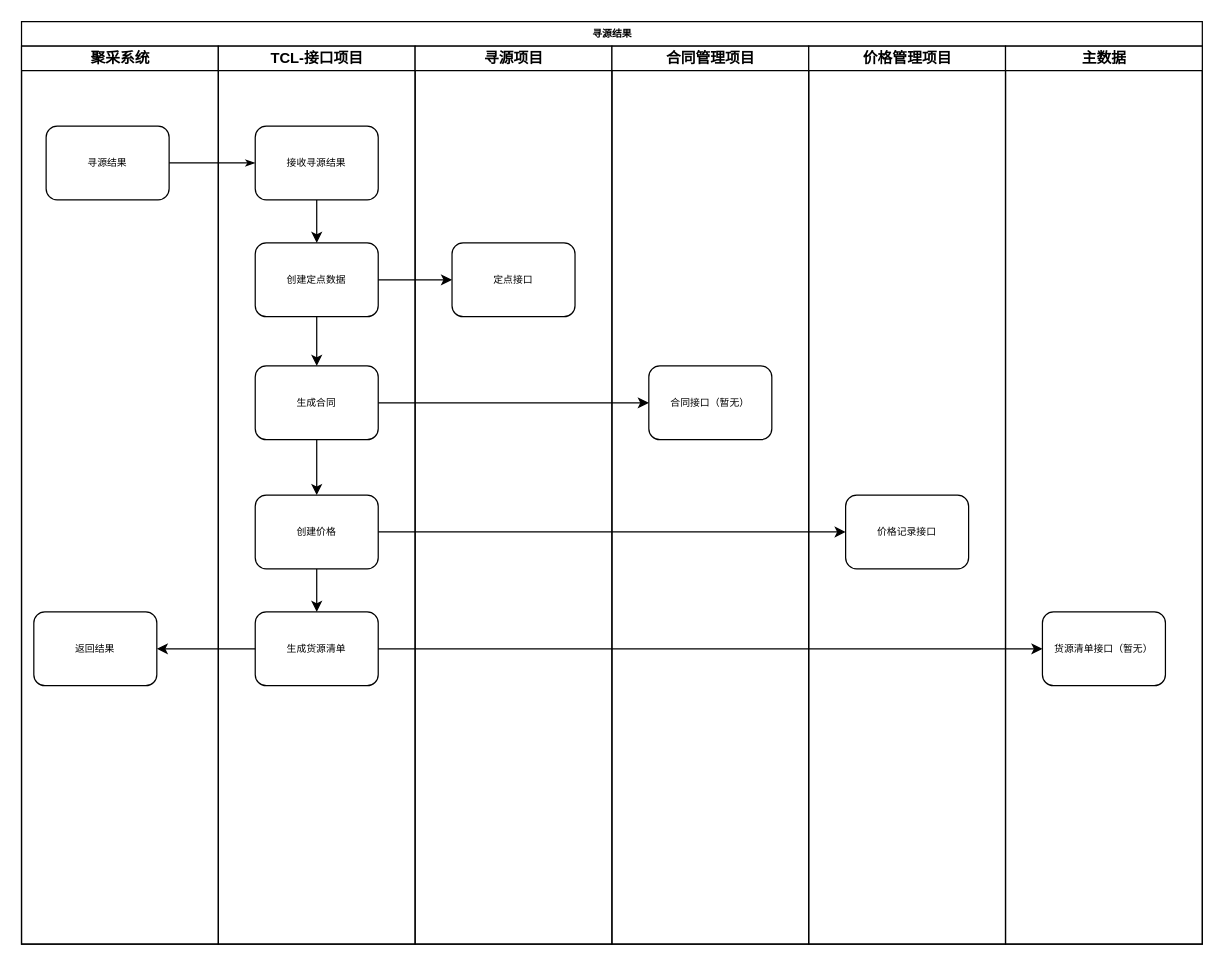
hexuefengx/dragrams keeps this draw.io diagram as page "寻源结果" (1 of 2) of 货源结果 Diagram.drawio. Above is the earlier version. Source tidied: cells renumbered, new cells numbered last; positions are measured from the earlier drawing's top-left corner, leaving out a move shared by most shapes. Both pictures are drawn from the tidied source at 123%, with x=0, y=0 at pixel (21, 21).
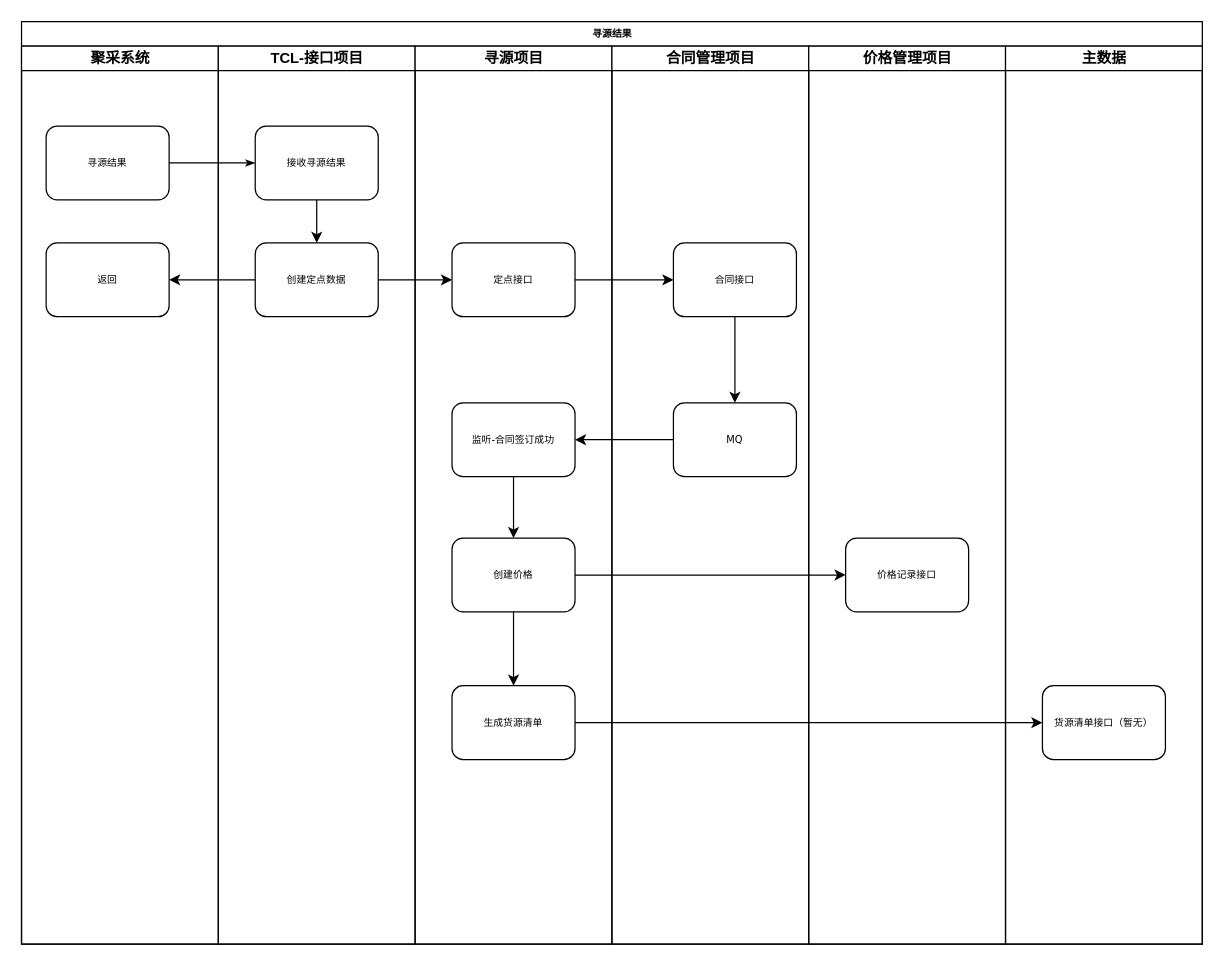
After the change.

Unchanged cells that the change refers to:
```xml
<mxCell id="2" value="寻源结果" style="swimlane;html=1;startSize=20;rounded=0;shadow=0;labelBackgroundColor=none;strokeWidth=1;fontFamily=Verdana;fontSize=8;align=center;" parent="1" vertex="1">
  <mxGeometry width="960" height="750" as="geometry" />
</mxCell>
<mxCell id="3" value="聚采系统" style="swimlane;html=1;startSize=20;" parent="2" vertex="1">
  <mxGeometry y="20" width="160" height="730" as="geometry" />
</mxCell>
<mxCell id="7" value="TCL-接口项目" style="swimlane;html=1;startSize=20;" parent="2" vertex="1">
  <mxGeometry x="160" y="20" width="160" height="730" as="geometry" />
</mxCell>
<mxCell id="11" value="创建定点数据" style="rounded=1;whiteSpace=wrap;html=1;shadow=0;labelBackgroundColor=none;strokeWidth=1;fontFamily=Verdana;fontSize=8;align=center;" parent="7" vertex="1">
  <mxGeometry x="30" y="160" width="100" height="60" as="geometry" />
</mxCell>
<mxCell id="19" value="合同管理项目" style="swimlane;html=1;startSize=20;" parent="2" vertex="1">
  <mxGeometry x="480" y="20" width="160" height="730" as="geometry" />
</mxCell>
<mxCell id="24" value="价格管理项目" style="swimlane;html=1;startSize=20;" parent="2" vertex="1">
  <mxGeometry x="640" y="20" width="160" height="730" as="geometry" />
</mxCell>
<mxCell id="26" value="主数据" style="swimlane;html=1;startSize=20;" parent="2" vertex="1">
  <mxGeometry x="800" y="20" width="160" height="730" as="geometry" />
</mxCell>
```

Diff of the diagram source:
```diff
@@
-    <mxCell id="5" value="返回结果" style="rounded=1;whiteSpace=wrap;html=1;shadow=0;labelBackgroundColor=none;strokeWidth=1;fontFamily=Verdana;fontSize=8;align=center;" parent="3" vertex="1">
-      <mxGeometry x="10" y="460" width="100" height="60" as="geometry" />
+    <mxCell id="5" value="返回" style="rounded=1;whiteSpace=wrap;html=1;shadow=0;labelBackgroundColor=none;strokeWidth=1;fontFamily=Verdana;fontSize=8;align=center;" parent="3" vertex="1">
+      <mxGeometry x="20" y="160" width="100" height="60" as="geometry" />
     </mxCell>
@@
-    <mxCell id="10" style="edgeStyle=orthogonalEdgeStyle;rounded=0;jettySize=auto;html=1;" parent="7" edge="1" source="11" target="13">
-      <mxGeometry relative="1" as="geometry" />
-    </mxCell>
@@
-    <mxCell id="12" style="edgeStyle=orthogonalEdgeStyle;rounded=0;jettySize=auto;html=1;" parent="7" edge="1" source="13" target="15">
-      <mxGeometry relative="1" as="geometry" />
-    </mxCell>
-    <mxCell id="13" value="生成合同" style="rounded=1;whiteSpace=wrap;html=1;shadow=0;labelBackgroundColor=none;strokeWidth=1;fontFamily=Verdana;fontSize=8;align=center;" parent="7" vertex="1">
-      <mxGeometry x="30" y="260" width="100" height="60" as="geometry" />
-    </mxCell>
-    <mxCell id="14" style="edgeStyle=orthogonalEdgeStyle;rounded=0;jettySize=auto;html=1;" parent="7" edge="1" source="15" target="16">
-      <mxGeometry relative="1" as="geometry" />
-    </mxCell>
+    <mxCell id="17" value="寻源项目" style="swimlane;html=1;startSize=20;" parent="2" vertex="1">
+      <mxGeometry x="320" y="20" width="160" height="730" as="geometry" />
+    </mxCell>
+    <mxCell id="18" value="定点接口" style="rounded=1;whiteSpace=wrap;html=1;shadow=0;labelBackgroundColor=none;strokeWidth=1;fontFamily=Verdana;fontSize=8;align=center;" parent="17" vertex="1">
+      <mxGeometry x="30" y="160" width="100" height="60" as="geometry" />
+    </mxCell>
+    <mxCell id="33" style="edgeStyle=orthogonalEdgeStyle;rounded=0;jettySize=auto;html=1;entryX=0.5;entryY=0;entryDx=0;entryDy=0;" parent="17" edge="1" source="34" target="15">
+      <mxGeometry relative="1" as="geometry" />
+    </mxCell>
+    <mxCell id="34" value="监听-合同签订成功" style="rounded=1;whiteSpace=wrap;html=1;shadow=0;labelBackgroundColor=none;strokeWidth=1;fontFamily=Verdana;fontSize=8;align=center;" parent="17" vertex="1">
+      <mxGeometry x="30" y="290" width="100" height="60" as="geometry" />
+    </mxCell>
-    <mxCell id="15" value="创建价格" style="rounded=1;whiteSpace=wrap;html=1;shadow=0;labelBackgroundColor=none;strokeWidth=1;fontFamily=Verdana;fontSize=8;align=center;" parent="7" vertex="1">
-      <mxGeometry x="30" y="365" width="100" height="60" as="geometry" />
+    <mxCell id="15" value="创建价格" style="rounded=1;whiteSpace=wrap;html=1;shadow=0;labelBackgroundColor=none;strokeWidth=1;fontFamily=Verdana;fontSize=8;align=center;" parent="17" vertex="1">
+      <mxGeometry x="30" y="400" width="100" height="60" as="geometry" />
     </mxCell>
-    <mxCell id="16" value="生成货源清单" style="rounded=1;whiteSpace=wrap;html=1;shadow=0;labelBackgroundColor=none;strokeWidth=1;fontFamily=Verdana;fontSize=8;align=center;" parent="7" vertex="1">
-      <mxGeometry x="30" y="460" width="100" height="60" as="geometry" />
+    <mxCell id="16" value="生成货源清单" style="rounded=1;whiteSpace=wrap;html=1;shadow=0;labelBackgroundColor=none;strokeWidth=1;fontFamily=Verdana;fontSize=8;align=center;" parent="17" vertex="1">
+      <mxGeometry x="30" y="520" width="100" height="60" as="geometry" />
     </mxCell>
-    <mxCell id="17" value="寻源项目" style="swimlane;html=1;startSize=20;" parent="2" vertex="1">
-      <mxGeometry x="320" y="20" width="160" height="730" as="geometry" />
-    </mxCell>
-    <mxCell id="18" value="定点接口" style="rounded=1;whiteSpace=wrap;html=1;shadow=0;labelBackgroundColor=none;strokeWidth=1;fontFamily=Verdana;fontSize=8;align=center;" parent="17" vertex="1">
-      <mxGeometry x="30" y="160" width="100" height="60" as="geometry" />
-    </mxCell>
+    <mxCell id="14" style="edgeStyle=orthogonalEdgeStyle;rounded=0;jettySize=auto;html=1;" parent="17" edge="1" source="15" target="16">
+      <mxGeometry relative="1" as="geometry" />
+    </mxCell>
@@
-    <mxCell id="23" value="合同接口（暂无）" style="rounded=1;whiteSpace=wrap;html=1;shadow=0;labelBackgroundColor=none;strokeWidth=1;fontFamily=Verdana;fontSize=8;align=center;" parent="19" vertex="1">
-      <mxGeometry x="30" y="260" width="100" height="60" as="geometry" />
+    <mxCell id="23" value="MQ" style="rounded=1;whiteSpace=wrap;html=1;shadow=0;labelBackgroundColor=none;strokeWidth=1;fontFamily=Verdana;fontSize=8;align=center;" parent="19" vertex="1">
+      <mxGeometry x="50" y="290" width="100" height="60" as="geometry" />
     </mxCell>
+    <mxCell id="35" style="edgeStyle=orthogonalEdgeStyle;rounded=0;jettySize=auto;html=1;" parent="19" edge="1" source="36" target="23">
+      <mxGeometry relative="1" as="geometry" />
+    </mxCell>
+    <mxCell id="36" value="合同接口" style="rounded=1;whiteSpace=wrap;html=1;shadow=0;labelBackgroundColor=none;strokeWidth=1;fontFamily=Verdana;fontSize=8;align=center;" parent="19" vertex="1">
+      <mxGeometry x="50" y="160" width="100" height="60" as="geometry" />
+    </mxCell>
@@
     <mxCell id="25" value="价格记录接口" style="rounded=1;whiteSpace=wrap;html=1;shadow=0;labelBackgroundColor=none;strokeWidth=1;fontFamily=Verdana;fontSize=8;align=center;" parent="24" vertex="1">
-      <mxGeometry x="30" y="365" width="100" height="60" as="geometry" />
+      <mxGeometry x="30" y="400" width="100" height="60" as="geometry" />
     </mxCell>
@@
     <mxCell id="27" value="货源清单接口（暂无）" style="rounded=1;whiteSpace=wrap;html=1;shadow=0;labelBackgroundColor=none;strokeWidth=1;fontFamily=Verdana;fontSize=8;align=center;" parent="26" vertex="1">
-      <mxGeometry x="30" y="460" width="100" height="60" as="geometry" />
+      <mxGeometry x="30" y="520" width="100" height="60" as="geometry" />
     </mxCell>
@@
-    <mxCell id="29" style="edgeStyle=orthogonalEdgeStyle;rounded=0;jettySize=auto;html=1;" parent="2" edge="1" source="13" target="23">
-      <mxGeometry relative="1" as="geometry" />
-    </mxCell>
@@
-    <mxCell id="32" style="edgeStyle=orthogonalEdgeStyle;rounded=0;jettySize=auto;html=1;" parent="2" edge="1" source="16" target="5">
-      <mxGeometry relative="1" as="geometry" />
-    </mxCell>
+    <mxCell id="37" style="edgeStyle=orthogonalEdgeStyle;rounded=0;jettySize=auto;html=1;" parent="2" edge="1" source="18" target="36">
+      <mxGeometry relative="1" as="geometry" />
+    </mxCell>
+    <mxCell id="38" style="edgeStyle=orthogonalEdgeStyle;rounded=0;jettySize=auto;html=1;" parent="2" edge="1" source="11" target="5">
+      <mxGeometry relative="1" as="geometry" />
+    </mxCell>
+    <mxCell id="39" style="edgeStyle=orthogonalEdgeStyle;rounded=0;jettySize=auto;html=1;" parent="2" edge="1" source="23" target="34">
+      <mxGeometry relative="1" as="geometry" />
+    </mxCell>
```
